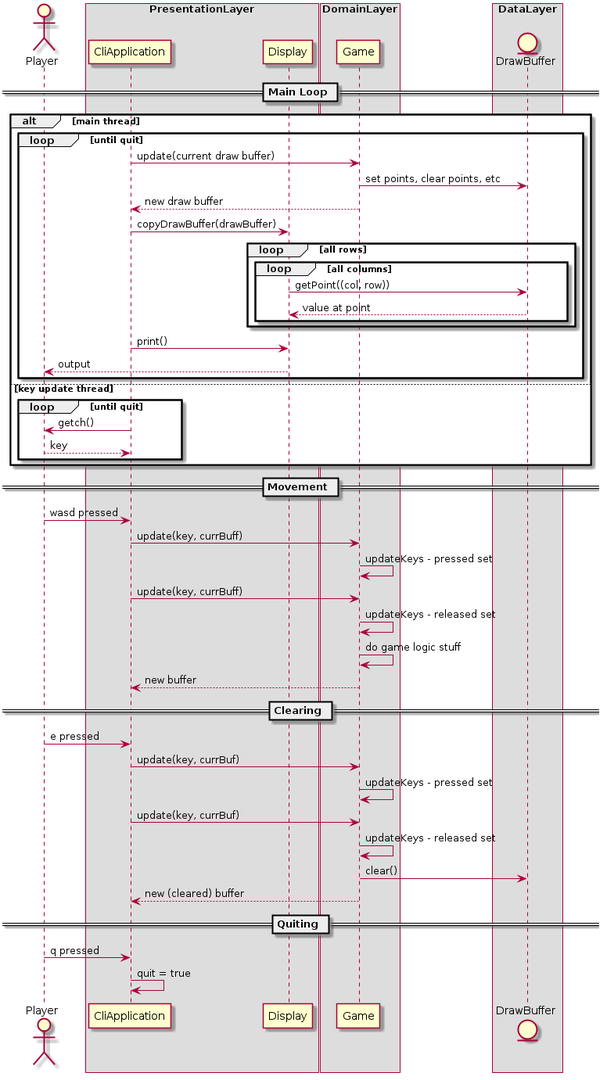
blueOkiris/EmbeddedLinuxClass keeps this PlantUML diagram as hw01/docs/etch-a-sketch-seq.png. Above is the earlier version.
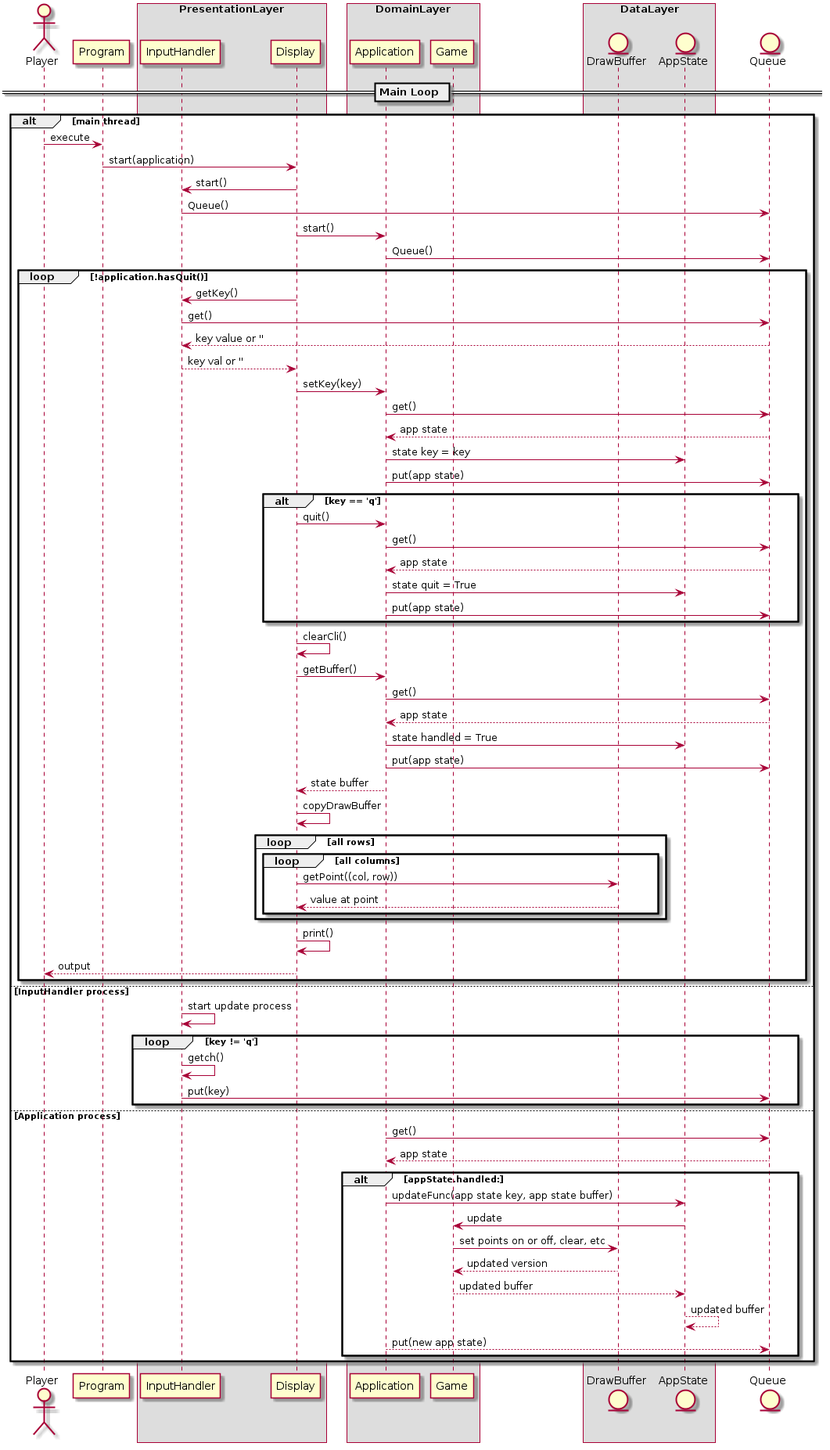
Above is the later version.

Commit message:
Moved application into domain layer and further separated layers. Also switched to process instead of threading as it works better.

Diff of the diagram source:
```diff
@@ -2,86 +2,103 @@
 
 actor Player
 
+participant Program
+
 box PresentationLayer
-
-participant CliApplication
+participant InputHandler
 participant Display
-
-endbox
+end box
 
 box DomainLayer
-
+participant Application
 participant Game
-
 end box
 
 box DataLayer
+entity DrawBuffer
+entity AppState
+end box
 
-entity DrawBuffer
-
-end box
+entity Queue
 
 == Main Loop ==
 
 alt main thread
 
-loop until quit
+Player -> Program : execute
+Program -> Display : start(application)
+Display -> InputHandler : start()
+InputHandler -> Queue : Queue()
+Display -> Application : start()
+Application -> Queue : Queue()
 
-CliApplication -> Game : update(current draw buffer)
-Game -> DrawBuffer : set points, clear points, etc
-Game --> CliApplication : new draw buffer
-CliApplication -> Display : copyDrawBuffer(drawBuffer)
+loop !application.hasQuit()
+
+Display -> InputHandler : getKey()
+InputHandler -> Queue : get()
+Queue --> InputHandler : key value or ''
+InputHandler --> Display : key val or ''
+Display -> Application : setKey(key)
+Application -> Queue : get()
+Queue --> Application : app state
+Application -> AppState : state key = key
+Application -> Queue : put(app state)
+
+alt key == 'q'
+Display -> Application : quit()
+Application -> Queue : get()
+Queue --> Application : app state
+Application -> AppState : state quit = True
+Application -> Queue : put(app state)
+end
+
+Display -> Display : clearCli()
+Display -> Application : getBuffer()
+Application -> Queue : get()
+Queue --> Application : app state
+Application -> AppState : state handled = True
+Application -> Queue : put(app state)
+Application --> Display : state buffer
+Display -> Display : copyDrawBuffer
 
 loop all rows
-
 loop all columns
-
 Display -> DrawBuffer : getPoint((col, row))
 DrawBuffer --> Display : value at point
+end
+end
 
+Display -> Display : print()
+Display --> Player : output
+
+end
+
+else InputHandler process
+
+InputHandler -> InputHandler : start update process
+
+loop key != 'q'
+
+InputHandler -> InputHandler : getch()
+InputHandler -> Queue : put(key)
+
+end
+
+else Application process
+
+Application -> Queue : get()
+Queue --> Application : app state
+
+alt appState.handled:
+Application -> AppState : updateFunc(app state key, app state buffer)
+AppState -> Game : update
+Game -> DrawBuffer : set points on or off, clear, etc
+DrawBuffer --> Game : updated version
+Game --> AppState : updated buffer
+AppState --> AppState : updated buffer
+Application --> Queue : put(new app state)
 end
 
 end
 
-CliApplication -> Display : print()
-Display --> Player : output
-
-end
-
-else key update thread
-
-loop until quit
-
-CliApplication -> Player : getch()
-Player --> CliApplication : key
-
-end
-
-end
-
-== Movement ==
-
-Player -> CliApplication : wasd pressed
-CliApplication -> Game : update(key, currBuff)
-Game -> Game : updateKeys - pressed set
-CliApplication -> Game : update(key, currBuff)
-Game -> Game : updateKeys - released set
-Game -> Game : do game logic stuff
-Game --> CliApplication : new buffer
-
-== Clearing ==
-
-Player -> CliApplication : e pressed
-CliApplication -> Game : update(key, currBuf)
-Game -> Game : updateKeys - pressed set
-CliApplication -> Game : update(key, currBuf)
-Game -> Game : updateKeys - released set
-Game -> DrawBuffer : clear()
-Game --> CliApplication : new (cleared) buffer
-
-== Quiting ==
-
-Player -> CliApplication : q pressed
-CliApplication -> CliApplication : quit = true
-
 @enduml
```
